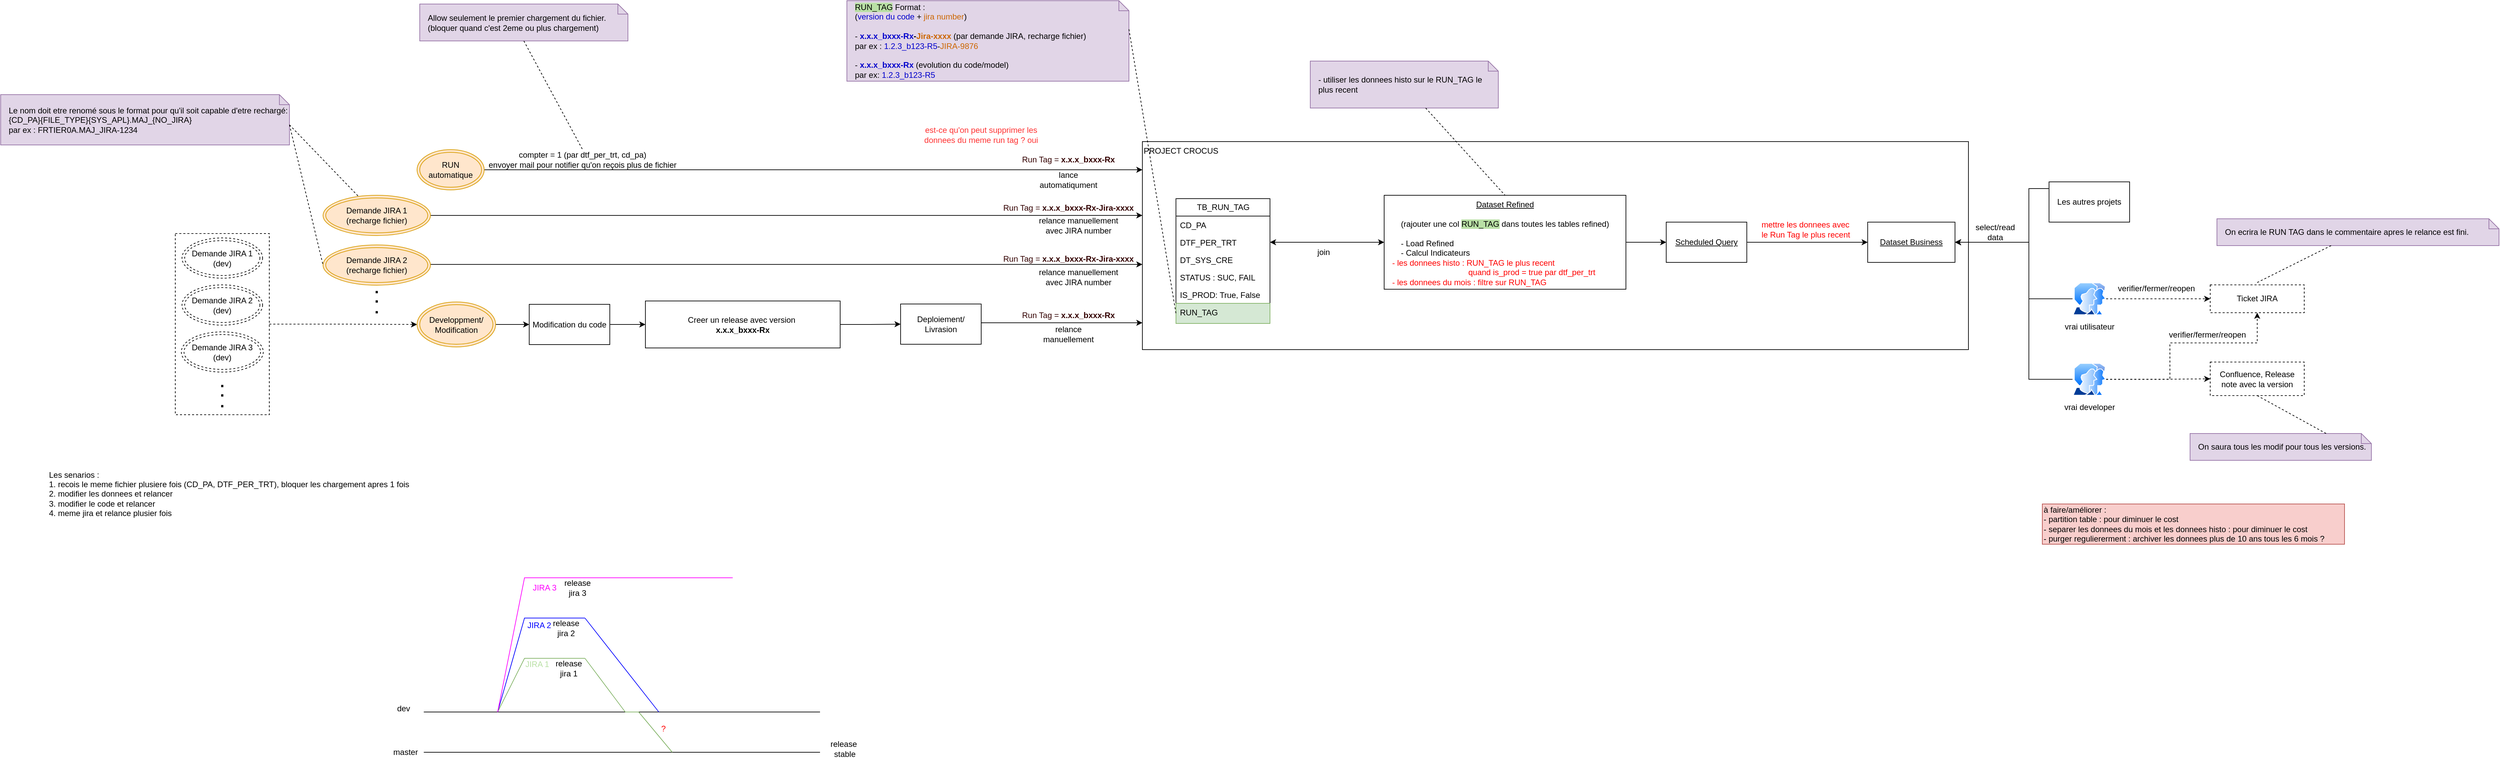
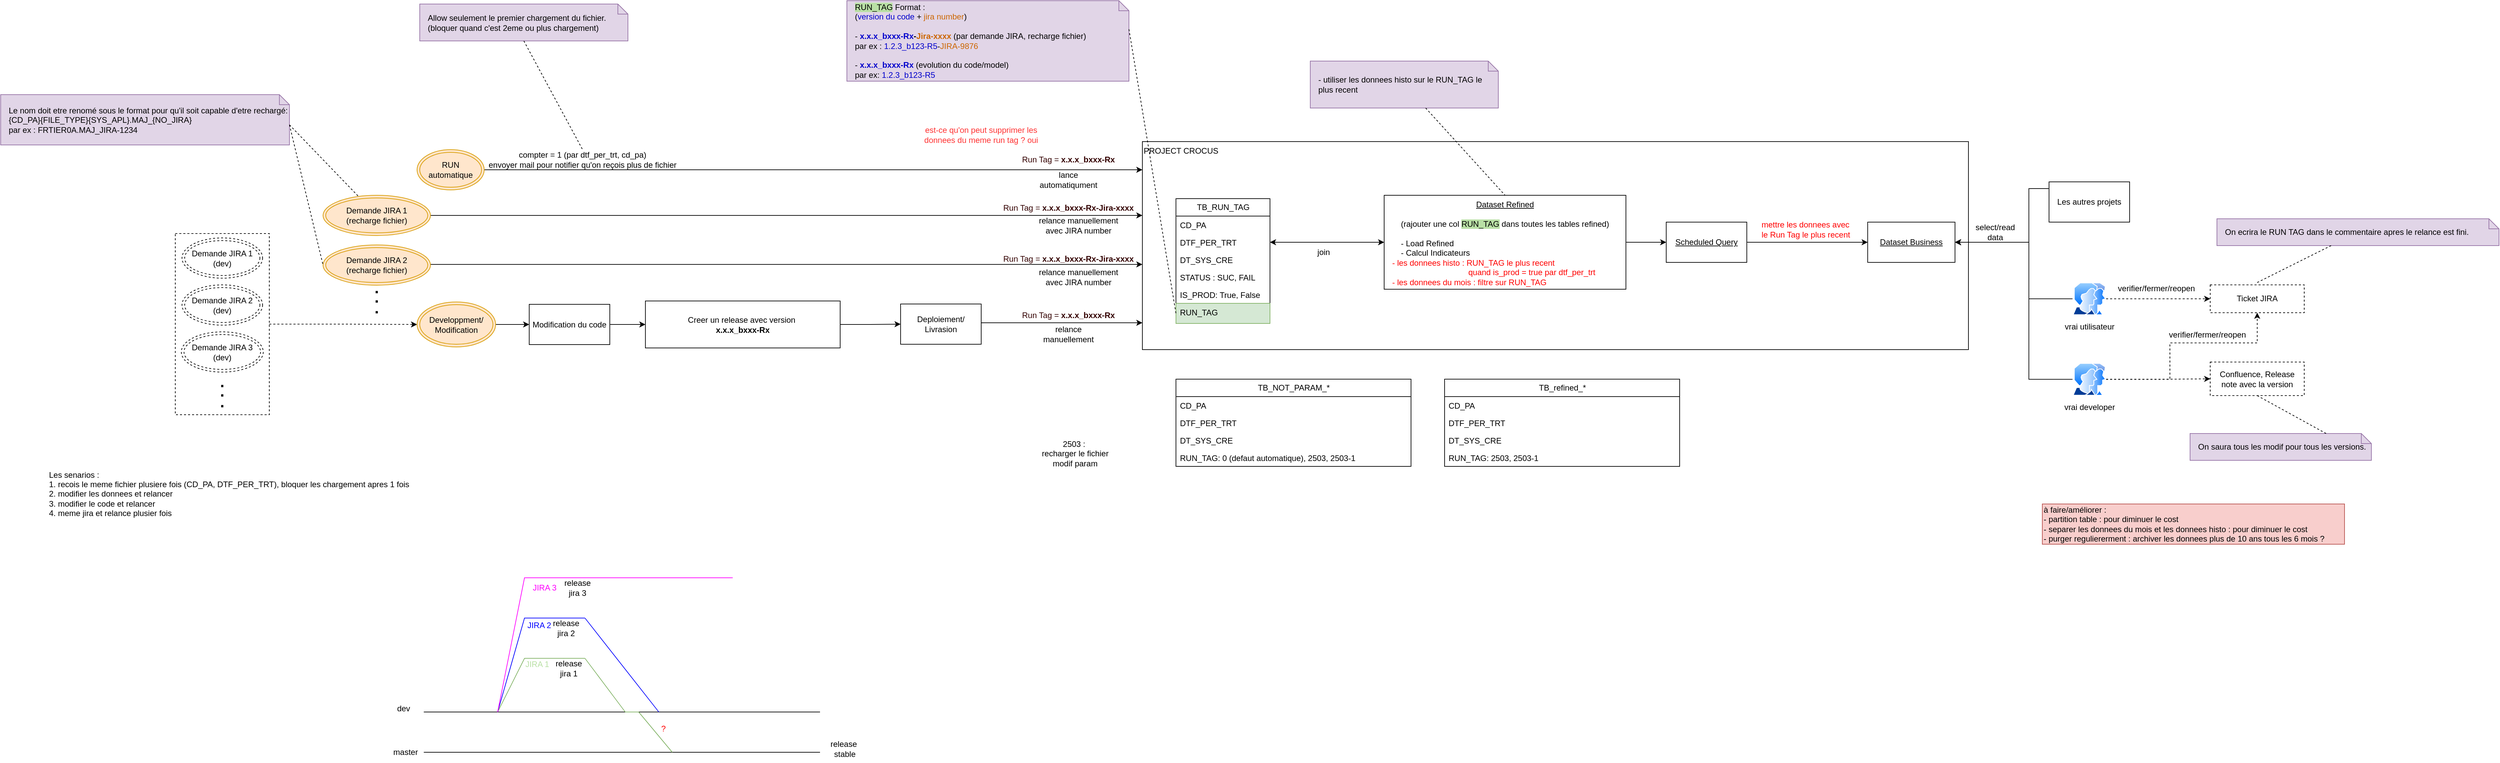
<mxfile host="app.diagrams.net">
  <diagram name="Page-1" id="bEAYSmEDHXBXhFzCy1HB">
-     <mxGraphModel dx="3279" dy="1847" grid="1" gridSize="10" guides="1" tooltips="1" connect="1" arrows="1" fold="1" page="1" pageScale="1" pageWidth="827" pageHeight="1169" math="0" shadow="0">
+     <mxGraphModel dx="2897" dy="1639" grid="1" gridSize="10" guides="1" tooltips="1" connect="1" arrows="1" fold="1" page="1" pageScale="1" pageWidth="827" pageHeight="1169" math="0" shadow="0">
      <root>
        <mxCell id="0" />
        <mxCell id="1" parent="0" />
        <mxCell id="cKu8MT6L8Fp_BZaxLZj7-22" edge="1" parent="1" source="cKu8MT6L8Fp_BZaxLZj7-16" style="edgeStyle=orthogonalEdgeStyle;rounded=0;orthogonalLoop=1;jettySize=auto;html=1;dashed=1;" target="QUzsFoNl6aFI_2ed8XXq-33">
          <mxGeometry relative="1" as="geometry">
            <Array as="points" />
            <mxPoint x="-937.4999999999995" y="382" as="sourcePoint" />
            <mxPoint x="-602.4999999999995" y="365" as="targetPoint" />
          </mxGeometry>
        </mxCell>
        <mxCell id="cKu8MT6L8Fp_BZaxLZj7-16" parent="1" style="rounded=0;whiteSpace=wrap;html=1;dashed=1;" value="" vertex="1">
          <mxGeometry height="270" width="140" x="-1070" y="247" as="geometry" />
        </mxCell>
        <mxCell id="QUzsFoNl6aFI_2ed8XXq-13" parent="1" style="rounded=0;whiteSpace=wrap;html=1;align=left;verticalAlign=top;" value="PROJECT CROCUS" vertex="1">
          <mxGeometry height="310" width="1230" x="370" y="110" as="geometry" />
        </mxCell>
        <mxCell id="QUzsFoNl6aFI_2ed8XXq-1" parent="1" style="swimlane;fontStyle=0;childLayout=stackLayout;horizontal=1;startSize=26;fillColor=none;horizontalStack=0;resizeParent=1;resizeParentMax=0;resizeLast=0;collapsible=1;marginBottom=0;html=1;" value="TB_RUN_TAG" vertex="1">
          <mxGeometry height="186" width="140" x="420" y="195" as="geometry" />
        </mxCell>
        <mxCell id="QUzsFoNl6aFI_2ed8XXq-2" parent="QUzsFoNl6aFI_2ed8XXq-1" style="text;strokeColor=none;fillColor=none;align=left;verticalAlign=top;spacingLeft=4;spacingRight=4;overflow=hidden;rotatable=0;points=[[0,0.5],[1,0.5]];portConstraint=eastwest;whiteSpace=wrap;html=1;" value="CD_PA" vertex="1">
          <mxGeometry height="26" width="140" y="26" as="geometry" />
        </mxCell>
        <mxCell id="QUzsFoNl6aFI_2ed8XXq-3" parent="QUzsFoNl6aFI_2ed8XXq-1" style="text;strokeColor=none;fillColor=none;align=left;verticalAlign=top;spacingLeft=4;spacingRight=4;overflow=hidden;rotatable=0;points=[[0,0.5],[1,0.5]];portConstraint=eastwest;whiteSpace=wrap;html=1;" value="DTF_PER_TRT" vertex="1">
          <mxGeometry height="26" width="140" y="52" as="geometry" />
        </mxCell>
        <mxCell id="QUzsFoNl6aFI_2ed8XXq-4" parent="QUzsFoNl6aFI_2ed8XXq-1" style="text;strokeColor=none;fillColor=none;align=left;verticalAlign=top;spacingLeft=4;spacingRight=4;overflow=hidden;rotatable=0;points=[[0,0.5],[1,0.5]];portConstraint=eastwest;whiteSpace=wrap;html=1;" value="DT_SYS_CRE" vertex="1">
          <mxGeometry height="26" width="140" y="78" as="geometry" />
        </mxCell>
        <mxCell id="QUzsFoNl6aFI_2ed8XXq-105" parent="QUzsFoNl6aFI_2ed8XXq-1" style="text;strokeColor=none;fillColor=none;align=left;verticalAlign=top;spacingLeft=4;spacingRight=4;overflow=hidden;rotatable=0;points=[[0,0.5],[1,0.5]];portConstraint=eastwest;whiteSpace=wrap;html=1;" value="STATUS : SUC, FAIL" vertex="1">
          <mxGeometry height="26" width="140" y="104" as="geometry" />
        </mxCell>
        <mxCell id="DOhsEIRQmGDwiVjTRz9E-7" parent="QUzsFoNl6aFI_2ed8XXq-1" style="text;strokeColor=none;fillColor=none;align=left;verticalAlign=top;spacingLeft=4;spacingRight=4;overflow=hidden;rotatable=0;points=[[0,0.5],[1,0.5]];portConstraint=eastwest;whiteSpace=wrap;html=1;" value="IS_PROD: True, False" vertex="1">
          <mxGeometry height="26" width="140" y="130" as="geometry" />
        </mxCell>
        <mxCell id="QUzsFoNl6aFI_2ed8XXq-5" parent="QUzsFoNl6aFI_2ed8XXq-1" style="text;strokeColor=#82b366;fillColor=#d5e8d4;align=left;verticalAlign=top;spacingLeft=4;spacingRight=4;overflow=hidden;rotatable=0;points=[[0,0.5],[1,0.5]];portConstraint=eastwest;whiteSpace=wrap;html=1;" value="RUN_TAG" vertex="1">
          <mxGeometry height="30" width="140" y="156" as="geometry" />
        </mxCell>
        <mxCell id="QUzsFoNl6aFI_2ed8XXq-7" parent="1" style="shape=note;size=15;align=left;spacingLeft=10;html=1;whiteSpace=wrap;fillColor=#e1d5e7;strokeColor=#9673a6;" value="&lt;span style=&quot;background-color: rgb(185, 224, 165);&quot;&gt;RUN_TAG&lt;/span&gt; Format :&amp;nbsp;&lt;div&gt;(&lt;font style=&quot;color: rgb(0, 0, 204);&quot;&gt;version du code&lt;/font&gt; +&lt;font style=&quot;color: rgb(204, 102, 0);&quot;&gt; &lt;font&gt;jira number&lt;/font&gt;&lt;/font&gt;)&lt;/div&gt;&lt;div&gt;&lt;br&gt;&lt;div&gt;- &lt;b&gt;&lt;font style=&quot;color: rgb(0, 0, 204);&quot;&gt;x.x.x_bxxx-Rx&lt;/font&gt;-&lt;font style=&quot;color: rgb(204, 102, 0);&quot;&gt;Jira-xxxx&lt;/font&gt;&lt;/b&gt; (par demande JIRA, recharge fichier)&amp;nbsp;&lt;/div&gt;&lt;div&gt;par ex : &lt;font style=&quot;color: rgb(0, 0, 204);&quot;&gt;1.2.3_b123-R5&lt;/font&gt;-&lt;font style=&quot;color: rgb(204, 102, 0);&quot;&gt;JIRA-9876&lt;/font&gt;&lt;/div&gt;&lt;div&gt;&lt;br&gt;&lt;/div&gt;&lt;div&gt;-&lt;b&gt; &lt;font style=&quot;color: rgb(0, 0, 204);&quot;&gt;x.x.x_bxxx-Rx&lt;/font&gt;&lt;/b&gt; (evolution du code/model)&lt;/div&gt;&lt;div&gt;&lt;span style=&quot;background-color: transparent; color: light-dark(rgb(0, 0, 0), rgb(255, 255, 255));&quot;&gt;par ex: &lt;/span&gt;&lt;span style=&quot;background-color: transparent;&quot;&gt;&lt;font style=&quot;color: light-dark(rgb(0, 0, 204), rgb(255, 255, 255));&quot;&gt;1.2.3_b123-R5&lt;/font&gt;&lt;/span&gt;&lt;/div&gt;&lt;/div&gt;" vertex="1">
          <mxGeometry height="120" width="420" x="-70" y="-100" as="geometry" />
        </mxCell>
        <mxCell id="QUzsFoNl6aFI_2ed8XXq-8" edge="1" parent="1" source="QUzsFoNl6aFI_2ed8XXq-7" style="edgeStyle=none;endArrow=none;exitX=0;exitY=0;dashed=1;html=1;rounded=0;entryX=0;entryY=0.5;entryDx=0;entryDy=0;exitDx=420;exitDy=42.5;exitPerimeter=0;" target="QUzsFoNl6aFI_2ed8XXq-5" value="">
          <mxGeometry relative="1" x="1" as="geometry">
            <mxPoint x="590" y="660" as="targetPoint" />
          </mxGeometry>
        </mxCell>
        <mxCell id="QUzsFoNl6aFI_2ed8XXq-10" parent="1" style="rounded=0;whiteSpace=wrap;html=1;dashed=1;" value="Confluence, Release note avec la v&lt;span style=&quot;background-color: transparent; color: light-dark(rgb(0, 0, 0), rgb(255, 255, 255));&quot;&gt;ersion&lt;/span&gt;" vertex="1">
          <mxGeometry height="50" width="140" x="1960" y="438.5" as="geometry" />
        </mxCell>
        <mxCell id="QUzsFoNl6aFI_2ed8XXq-11" parent="1" style="rounded=0;whiteSpace=wrap;html=1;dashed=1;" value="Ticket JIRA" vertex="1">
          <mxGeometry height="41.5" width="140" x="1960" y="323.5" as="geometry" />
        </mxCell>
        <mxCell id="QUzsFoNl6aFI_2ed8XXq-42" edge="1" parent="1" source="QUzsFoNl6aFI_2ed8XXq-12" style="edgeStyle=orthogonalEdgeStyle;rounded=0;orthogonalLoop=1;jettySize=auto;html=1;entryX=1;entryY=0.5;entryDx=0;entryDy=0;startArrow=classic;startFill=1;" target="QUzsFoNl6aFI_2ed8XXq-3">
          <mxGeometry relative="1" as="geometry" />
        </mxCell>
        <mxCell id="QUzsFoNl6aFI_2ed8XXq-50" edge="1" parent="1" source="QUzsFoNl6aFI_2ed8XXq-12" style="edgeStyle=orthogonalEdgeStyle;rounded=0;orthogonalLoop=1;jettySize=auto;html=1;" target="QUzsFoNl6aFI_2ed8XXq-46">
          <mxGeometry relative="1" as="geometry">
            <Array as="points" />
          </mxGeometry>
        </mxCell>
        <mxCell id="QUzsFoNl6aFI_2ed8XXq-12" parent="1" style="rounded=0;whiteSpace=wrap;html=1;verticalAlign=top;" value="&lt;u&gt;Dataset Refined&lt;/u&gt;&lt;div&gt;&lt;u&gt;&lt;br&gt;&lt;/u&gt;&lt;div&gt;(rajouter une col &lt;span style=&quot;background-color: rgb(185, 224, 165);&quot;&gt;RUN_TAG&lt;/span&gt;&lt;span&gt; &lt;/span&gt;dans toutes les tables refined)&lt;/div&gt;&lt;div&gt;&lt;br&gt;&lt;/div&gt;&lt;div style=&quot;text-align: left;&quot;&gt;- Load Refined&amp;nbsp; &amp;nbsp; &amp;nbsp; &amp;nbsp;&lt;/div&gt;&lt;div style=&quot;text-align: left;&quot;&gt;- Calcul Indicateurs&lt;/div&gt;&lt;/div&gt;" vertex="1">
          <mxGeometry height="140" width="360" x="730" y="190" as="geometry" />
        </mxCell>
        <mxCell id="QUzsFoNl6aFI_2ed8XXq-27" edge="1" parent="1" source="QUzsFoNl6aFI_2ed8XXq-33" style="edgeStyle=orthogonalEdgeStyle;rounded=0;orthogonalLoop=1;jettySize=auto;html=1;entryX=0;entryY=0.5;entryDx=0;entryDy=0;" target="QUzsFoNl6aFI_2ed8XXq-23">
          <mxGeometry relative="1" as="geometry">
            <mxPoint x="-740" y="198" as="sourcePoint" />
          </mxGeometry>
        </mxCell>
        <mxCell id="QUzsFoNl6aFI_2ed8XXq-19" parent="1" style="text;html=1;whiteSpace=wrap;strokeColor=none;fillColor=none;align=center;verticalAlign=middle;rounded=0;fontColor=#330000;" value="&lt;font style=&quot;&quot;&gt;Run Tag =&amp;nbsp;&lt;/font&gt;&lt;b style=&quot;text-align: left;&quot;&gt;x.x.x_bxxx-Rx-Jira-xxxx&lt;/b&gt;" vertex="1">
          <mxGeometry height="30" width="200" x="160" y="269.5" as="geometry" />
        </mxCell>
        <mxCell id="cKu8MT6L8Fp_BZaxLZj7-37" edge="1" parent="1" source="QUzsFoNl6aFI_2ed8XXq-23" style="edgeStyle=orthogonalEdgeStyle;rounded=0;orthogonalLoop=1;jettySize=auto;html=1;" target="QUzsFoNl6aFI_2ed8XXq-25">
          <mxGeometry relative="1" as="geometry" />
        </mxCell>
        <mxCell id="QUzsFoNl6aFI_2ed8XXq-23" parent="1" style="rounded=0;whiteSpace=wrap;html=1;" value="Modification du code" vertex="1">
          <mxGeometry height="60" width="120" x="-543" y="352.5" as="geometry" />
        </mxCell>
        <mxCell id="QUzsFoNl6aFI_2ed8XXq-31" edge="1" parent="1" source="QUzsFoNl6aFI_2ed8XXq-24" style="edgeStyle=orthogonalEdgeStyle;rounded=0;orthogonalLoop=1;jettySize=auto;html=1;" target="QUzsFoNl6aFI_2ed8XXq-13">
          <mxGeometry relative="1" as="geometry">
            <Array as="points">
              <mxPoint x="180" y="380" />
              <mxPoint x="180" y="380" />
            </Array>
            <mxPoint x="380" y="373" as="targetPoint" />
          </mxGeometry>
        </mxCell>
        <mxCell id="QUzsFoNl6aFI_2ed8XXq-24" parent="1" style="rounded=0;whiteSpace=wrap;html=1;" value="Deploiement/ Livrasion" vertex="1">
          <mxGeometry height="60" width="120" x="10" y="352" as="geometry" />
        </mxCell>
        <mxCell id="cKu8MT6L8Fp_BZaxLZj7-38" edge="1" parent="1" source="QUzsFoNl6aFI_2ed8XXq-25" style="edgeStyle=orthogonalEdgeStyle;rounded=0;orthogonalLoop=1;jettySize=auto;html=1;" target="QUzsFoNl6aFI_2ed8XXq-24">
          <mxGeometry relative="1" as="geometry" />
        </mxCell>
        <mxCell id="QUzsFoNl6aFI_2ed8XXq-25" parent="1" style="rounded=0;whiteSpace=wrap;html=1;" value="Creer un release avec version&amp;nbsp;&lt;div&gt;&lt;span style=&quot;text-align: left;&quot;&gt;&lt;b&gt;x.x.x_bxxx-Rx&lt;/b&gt;&lt;/span&gt;&lt;/div&gt;" vertex="1">
          <mxGeometry height="70" width="290" x="-370" y="347.5" as="geometry" />
        </mxCell>
        <mxCell id="QUzsFoNl6aFI_2ed8XXq-33" parent="1" style="ellipse;shape=doubleEllipse;whiteSpace=wrap;html=1;fillColor=#ffe6cc;strokeColor=#d79b00;" value="Developpment/&lt;div&gt;Modification&lt;/div&gt;" vertex="1">
          <mxGeometry height="67" width="117" x="-710" y="349" as="geometry" />
        </mxCell>
        <mxCell id="cKu8MT6L8Fp_BZaxLZj7-5" edge="1" parent="1" style="edgeStyle=orthogonalEdgeStyle;rounded=0;orthogonalLoop=1;jettySize=auto;html=1;">
          <mxGeometry relative="1" as="geometry">
            <Array as="points">
              <mxPoint x="110" y="293" />
              <mxPoint x="110" y="293" />
            </Array>
            <mxPoint x="-690.0000000000005" y="293" as="sourcePoint" />
            <mxPoint x="370" y="293" as="targetPoint" />
          </mxGeometry>
        </mxCell>
        <mxCell id="QUzsFoNl6aFI_2ed8XXq-34" parent="1" style="ellipse;shape=doubleEllipse;whiteSpace=wrap;html=1;fillColor=#ffe6cc;strokeColor=#d79b00;" value="Demande JIRA 2&lt;div&gt;(recharge fichier)&lt;/div&gt;" vertex="1">
          <mxGeometry height="60" width="160" x="-850" y="264" as="geometry" />
        </mxCell>
        <mxCell id="QUzsFoNl6aFI_2ed8XXq-36" edge="1" parent="1" source="QUzsFoNl6aFI_2ed8XXq-35" style="edgeStyle=orthogonalEdgeStyle;rounded=0;orthogonalLoop=1;jettySize=auto;html=1;" target="QUzsFoNl6aFI_2ed8XXq-13">
          <mxGeometry relative="1" as="geometry">
            <Array as="points">
              <mxPoint x="140" y="152" />
              <mxPoint x="140" y="152" />
            </Array>
            <mxPoint x="380" y="152.0588235294117" as="targetPoint" />
          </mxGeometry>
        </mxCell>
        <mxCell id="QUzsFoNl6aFI_2ed8XXq-35" parent="1" style="ellipse;shape=doubleEllipse;whiteSpace=wrap;html=1;fillColor=#ffe6cc;strokeColor=#d79b00;" value="RUN automatique" vertex="1">
          <mxGeometry height="60" width="100" x="-710" y="122" as="geometry" />
        </mxCell>
        <mxCell id="QUzsFoNl6aFI_2ed8XXq-40" parent="1" style="shape=note;size=15;align=left;spacingLeft=10;html=1;whiteSpace=wrap;fillColor=#e1d5e7;strokeColor=#9673a6;" value="&lt;div&gt;- utiliser les donnees histo sur le RUN_TAG le plus recent&lt;/div&gt;" vertex="1">
          <mxGeometry height="70" width="280" x="620" y="-10" as="geometry" />
        </mxCell>
        <mxCell id="QUzsFoNl6aFI_2ed8XXq-41" edge="1" parent="1" source="QUzsFoNl6aFI_2ed8XXq-40" style="edgeStyle=none;endArrow=none;dashed=1;html=1;rounded=0;entryX=0.5;entryY=0;entryDx=0;entryDy=0;" target="QUzsFoNl6aFI_2ed8XXq-12" value="">
          <mxGeometry relative="1" x="1" as="geometry">
            <mxPoint x="720" y="650" as="sourcePoint" />
            <mxPoint x="772" y="500" as="targetPoint" />
          </mxGeometry>
        </mxCell>
        <mxCell id="QUzsFoNl6aFI_2ed8XXq-43" parent="1" style="text;html=1;whiteSpace=wrap;strokeColor=none;fillColor=none;align=left;verticalAlign=middle;rounded=0;" value="&lt;font style=&quot;color: rgb(255, 0, 0);&quot;&gt;- les donnees histo : RUN_TAG le plus recent&amp;nbsp;&lt;/font&gt;&lt;div&gt;&lt;font style=&quot;color: rgb(255, 0, 0);&quot;&gt;&amp;nbsp; &amp;nbsp; &amp;nbsp; &amp;nbsp; &amp;nbsp; &amp;nbsp; &amp;nbsp; &amp;nbsp; &amp;nbsp; &amp;nbsp; &amp;nbsp; &amp;nbsp; &amp;nbsp; &amp;nbsp; &amp;nbsp; &amp;nbsp; &amp;nbsp; quand is_prod = true par dtf_per_trt&lt;/font&gt;&lt;div&gt;&lt;font style=&quot;color: rgb(255, 0, 0);&quot;&gt;- les donnees du mois : f&lt;/font&gt;&lt;span style=&quot;color: light-dark(rgb(255, 0, 0), rgb(255, 144, 144)); background-color: transparent;&quot;&gt;iltre sur RUN_TAG&lt;/span&gt;&lt;/div&gt;&lt;/div&gt;" vertex="1">
          <mxGeometry height="30" width="370" x="740" y="290" as="geometry" />
        </mxCell>
        <mxCell id="QUzsFoNl6aFI_2ed8XXq-45" parent="1" style="rounded=0;whiteSpace=wrap;html=1;" value="&lt;u&gt;Dataset Business&lt;/u&gt;" vertex="1">
          <mxGeometry height="60" width="130" x="1450" y="230" as="geometry" />
        </mxCell>
        <mxCell id="QUzsFoNl6aFI_2ed8XXq-48" edge="1" parent="1" source="QUzsFoNl6aFI_2ed8XXq-46" style="edgeStyle=orthogonalEdgeStyle;rounded=0;orthogonalLoop=1;jettySize=auto;html=1;" target="QUzsFoNl6aFI_2ed8XXq-45">
          <mxGeometry relative="1" as="geometry" />
        </mxCell>
        <mxCell id="QUzsFoNl6aFI_2ed8XXq-46" parent="1" style="rounded=0;whiteSpace=wrap;html=1;" value="&lt;u&gt;Scheduled Query&lt;/u&gt;" vertex="1">
          <mxGeometry height="60" width="120" x="1150" y="230" as="geometry" />
        </mxCell>
        <mxCell id="QUzsFoNl6aFI_2ed8XXq-51" parent="1" style="text;html=1;whiteSpace=wrap;strokeColor=none;fillColor=none;align=left;verticalAlign=middle;rounded=0;fontColor=#FF0000;" value="mettre les donnees avec le Run Tag le plus recent" vertex="1">
          <mxGeometry height="30" width="140" x="1290" y="226" as="geometry" />
        </mxCell>
        <mxCell id="QUzsFoNl6aFI_2ed8XXq-59" edge="1" parent="1" source="QUzsFoNl6aFI_2ed8XXq-52" style="edgeStyle=orthogonalEdgeStyle;rounded=0;orthogonalLoop=1;jettySize=auto;html=1;entryX=1;entryY=0.5;entryDx=0;entryDy=0;" target="QUzsFoNl6aFI_2ed8XXq-45">
          <mxGeometry relative="1" as="geometry">
            <Array as="points">
              <mxPoint x="1690" y="180" />
              <mxPoint x="1690" y="260" />
            </Array>
          </mxGeometry>
        </mxCell>
        <mxCell id="QUzsFoNl6aFI_2ed8XXq-52" parent="1" style="rounded=0;whiteSpace=wrap;html=1;" value="Les autres projets" vertex="1">
          <mxGeometry height="60" width="120" x="1720" y="170" as="geometry" />
        </mxCell>
        <mxCell id="QUzsFoNl6aFI_2ed8XXq-58" edge="1" parent="1" source="QUzsFoNl6aFI_2ed8XXq-57" style="edgeStyle=orthogonalEdgeStyle;rounded=0;orthogonalLoop=1;jettySize=auto;html=1;entryX=1;entryY=0.5;entryDx=0;entryDy=0;" target="QUzsFoNl6aFI_2ed8XXq-45">
          <mxGeometry relative="1" as="geometry">
            <Array as="points">
              <mxPoint x="1690" y="344" />
              <mxPoint x="1690" y="260" />
            </Array>
          </mxGeometry>
        </mxCell>
        <mxCell id="QUzsFoNl6aFI_2ed8XXq-65" edge="1" parent="1" source="QUzsFoNl6aFI_2ed8XXq-57" style="edgeStyle=orthogonalEdgeStyle;rounded=0;orthogonalLoop=1;jettySize=auto;html=1;dashed=1;" target="QUzsFoNl6aFI_2ed8XXq-11">
          <mxGeometry relative="1" as="geometry" />
        </mxCell>
        <mxCell id="QUzsFoNl6aFI_2ed8XXq-57" parent="1" style="image;aspect=fixed;perimeter=ellipsePerimeter;html=1;align=center;shadow=0;dashed=0;spacingTop=3;image=img/lib/active_directory/user_accounts.svg;" value="vrai utilisateur" vertex="1">
          <mxGeometry height="48.5" width="50" x="1755" y="320" as="geometry" />
        </mxCell>
        <mxCell id="QUzsFoNl6aFI_2ed8XXq-60" parent="1" style="text;html=1;whiteSpace=wrap;strokeColor=none;fillColor=none;align=center;verticalAlign=middle;rounded=0;" value="select/read data" vertex="1">
          <mxGeometry height="30" width="60" x="1610" y="230" as="geometry" />
        </mxCell>
        <mxCell id="QUzsFoNl6aFI_2ed8XXq-63" edge="1" parent="1" source="QUzsFoNl6aFI_2ed8XXq-62" style="edgeStyle=orthogonalEdgeStyle;rounded=0;orthogonalLoop=1;jettySize=auto;html=1;entryX=1;entryY=0.5;entryDx=0;entryDy=0;" target="QUzsFoNl6aFI_2ed8XXq-45">
          <mxGeometry relative="1" as="geometry">
            <Array as="points">
              <mxPoint x="1690" y="464" />
              <mxPoint x="1690" y="260" />
            </Array>
          </mxGeometry>
        </mxCell>
        <mxCell id="QUzsFoNl6aFI_2ed8XXq-66" edge="1" parent="1" source="QUzsFoNl6aFI_2ed8XXq-62" style="edgeStyle=orthogonalEdgeStyle;rounded=0;orthogonalLoop=1;jettySize=auto;html=1;dashed=1;" target="QUzsFoNl6aFI_2ed8XXq-10">
          <mxGeometry relative="1" as="geometry" />
        </mxCell>
        <mxCell id="QUzsFoNl6aFI_2ed8XXq-68" edge="1" parent="1" source="QUzsFoNl6aFI_2ed8XXq-62" style="edgeStyle=orthogonalEdgeStyle;rounded=0;orthogonalLoop=1;jettySize=auto;html=1;entryX=0.5;entryY=1;entryDx=0;entryDy=0;dashed=1;" target="QUzsFoNl6aFI_2ed8XXq-11">
          <mxGeometry relative="1" as="geometry">
            <Array as="points">
              <mxPoint x="1900" y="464" />
              <mxPoint x="1900" y="410" />
              <mxPoint x="2030" y="410" />
            </Array>
          </mxGeometry>
        </mxCell>
        <mxCell id="QUzsFoNl6aFI_2ed8XXq-62" parent="1" style="image;aspect=fixed;perimeter=ellipsePerimeter;html=1;align=center;shadow=0;dashed=0;spacingTop=3;image=img/lib/active_directory/user_accounts.svg;" value="vrai developer" vertex="1">
          <mxGeometry height="48.5" width="50" x="1755" y="440" as="geometry" />
        </mxCell>
        <mxCell id="QUzsFoNl6aFI_2ed8XXq-69" parent="1" style="shape=note;size=15;align=left;spacingLeft=10;html=1;whiteSpace=wrap;fillColor=#e1d5e7;strokeColor=#9673a6;" value="On ecrira le RUN TAG dans le commentaire apres le relance est fini." vertex="1">
          <mxGeometry height="40" width="420" x="1970" y="225" as="geometry" />
        </mxCell>
        <mxCell id="QUzsFoNl6aFI_2ed8XXq-70" edge="1" parent="1" source="QUzsFoNl6aFI_2ed8XXq-69" style="edgeStyle=none;endArrow=none;dashed=1;html=1;rounded=0;" value="">
          <mxGeometry relative="1" x="1" as="geometry">
            <mxPoint x="970" y="210" as="sourcePoint" />
            <mxPoint x="2030" y="320" as="targetPoint" />
          </mxGeometry>
        </mxCell>
        <mxCell id="QUzsFoNl6aFI_2ed8XXq-71" parent="1" style="shape=note;size=15;align=left;spacingLeft=10;html=1;whiteSpace=wrap;fillColor=#e1d5e7;strokeColor=#9673a6;" value="On saura tous les modif pour tous les versions." vertex="1">
          <mxGeometry height="40" width="270" x="1930" y="545" as="geometry" />
        </mxCell>
        <mxCell id="QUzsFoNl6aFI_2ed8XXq-72" edge="1" parent="1" source="QUzsFoNl6aFI_2ed8XXq-71" style="edgeStyle=none;endArrow=none;dashed=1;html=1;rounded=0;entryX=0.5;entryY=1;entryDx=0;entryDy=0;exitX=0;exitY=0;exitDx=202.5;exitDy=0;exitPerimeter=0;" target="QUzsFoNl6aFI_2ed8XXq-10" value="">
          <mxGeometry relative="1" x="1" as="geometry">
            <mxPoint x="2180" y="470" as="sourcePoint" />
            <mxPoint x="2070" y="525" as="targetPoint" />
          </mxGeometry>
        </mxCell>
        <mxCell id="QUzsFoNl6aFI_2ed8XXq-74" parent="1" style="rounded=0;whiteSpace=wrap;html=1;align=left;fillColor=#f8cecc;strokeColor=#b85450;" value="à faire/améliorer :&lt;div&gt;- partition table : pour diminuer le cost&lt;/div&gt;&lt;div&gt;- separer les donnees du mois et les donnees histo&amp;nbsp;&lt;span style=&quot;background-color: transparent; color: light-dark(rgb(0, 0, 0), rgb(255, 255, 255));&quot;&gt;: pour diminuer le cost&lt;/span&gt;&lt;/div&gt;&lt;div&gt;&lt;span style=&quot;background-color: transparent; color: light-dark(rgb(0, 0, 0), rgb(255, 255, 255));&quot;&gt;- purger reguliererment : archiver les donnees plus de 10 ans tous les 6 mois ?&lt;/span&gt;&lt;/div&gt;" vertex="1">
          <mxGeometry height="60" width="450" x="1710" y="650" as="geometry" />
        </mxCell>
        <mxCell id="QUzsFoNl6aFI_2ed8XXq-76" parent="1" style="text;html=1;whiteSpace=wrap;strokeColor=none;fillColor=none;align=center;verticalAlign=middle;rounded=0;" value="join" vertex="1">
          <mxGeometry height="30" width="60" x="610" y="260" as="geometry" />
        </mxCell>
        <mxCell id="QUzsFoNl6aFI_2ed8XXq-81" edge="1" parent="1" style="endArrow=none;html=1;rounded=0;" value="">
          <mxGeometry height="50" relative="1" width="50" as="geometry">
            <mxPoint x="-700" y="960" as="sourcePoint" />
            <mxPoint x="-110" y="960" as="targetPoint" />
          </mxGeometry>
        </mxCell>
        <mxCell id="QUzsFoNl6aFI_2ed8XXq-83" edge="1" parent="1" style="endArrow=none;html=1;rounded=0;fillColor=#d5e8d4;strokeColor=#82b366;" value="">
          <mxGeometry height="50" relative="1" width="50" as="geometry">
            <Array as="points">
              <mxPoint x="-550" y="880" />
            </Array>
            <mxPoint x="-590" y="960" as="sourcePoint" />
            <mxPoint x="-460" y="880" as="targetPoint" />
          </mxGeometry>
        </mxCell>
        <mxCell id="QUzsFoNl6aFI_2ed8XXq-84" parent="1" style="text;html=1;whiteSpace=wrap;strokeColor=none;fillColor=none;align=center;verticalAlign=middle;rounded=0;" value="dev" vertex="1">
          <mxGeometry height="30" width="60" x="-760" y="940" as="geometry" />
        </mxCell>
        <mxCell id="QUzsFoNl6aFI_2ed8XXq-85" edge="1" parent="1" style="endArrow=none;html=1;rounded=0;strokeColor=#0000FF;" value="">
          <mxGeometry height="50" relative="1" width="50" as="geometry">
            <Array as="points">
              <mxPoint x="-550" y="820" />
            </Array>
            <mxPoint x="-590" y="960" as="sourcePoint" />
            <mxPoint x="-460" y="820" as="targetPoint" />
          </mxGeometry>
        </mxCell>
        <mxCell id="QUzsFoNl6aFI_2ed8XXq-86" edge="1" parent="1" style="endArrow=none;html=1;rounded=0;strokeColor=#FF00FF;" value="">
          <mxGeometry height="50" relative="1" width="50" as="geometry">
            <Array as="points">
              <mxPoint x="-550" y="760" />
            </Array>
            <mxPoint x="-590" y="960" as="sourcePoint" />
            <mxPoint x="-240" y="760" as="targetPoint" />
          </mxGeometry>
        </mxCell>
        <mxCell id="QUzsFoNl6aFI_2ed8XXq-87" parent="1" style="text;html=1;whiteSpace=wrap;strokeColor=none;fillColor=none;align=center;verticalAlign=middle;rounded=0;fontColor=#B9E0A5;" value="JIRA 1" vertex="1">
          <mxGeometry height="30" width="60" x="-561" y="874" as="geometry" />
        </mxCell>
        <mxCell id="QUzsFoNl6aFI_2ed8XXq-88" parent="1" style="text;html=1;whiteSpace=wrap;strokeColor=none;fillColor=none;align=center;verticalAlign=middle;rounded=0;fontColor=#0000FF;" value="JIRA 2" vertex="1">
          <mxGeometry height="30" width="60" x="-558" y="816" as="geometry" />
        </mxCell>
        <mxCell id="QUzsFoNl6aFI_2ed8XXq-89" parent="1" style="text;html=1;whiteSpace=wrap;strokeColor=none;fillColor=none;align=center;verticalAlign=middle;rounded=0;fontColor=#FF00FF;" value="JIRA 3" vertex="1">
          <mxGeometry height="30" width="60" x="-550" y="760" as="geometry" />
        </mxCell>
        <mxCell id="QUzsFoNl6aFI_2ed8XXq-90" edge="1" parent="1" style="endArrow=none;html=1;rounded=0;" value="">
          <mxGeometry height="50" relative="1" width="50" as="geometry">
            <mxPoint x="-700" y="1020" as="sourcePoint" />
            <mxPoint x="-110" y="1020" as="targetPoint" />
          </mxGeometry>
        </mxCell>
        <mxCell id="QUzsFoNl6aFI_2ed8XXq-91" parent="1" style="text;html=1;whiteSpace=wrap;strokeColor=none;fillColor=none;align=center;verticalAlign=middle;rounded=0;" value="master" vertex="1">
          <mxGeometry height="30" width="60" x="-757" y="1005" as="geometry" />
        </mxCell>
        <mxCell id="QUzsFoNl6aFI_2ed8XXq-92" edge="1" parent="1" style="endArrow=none;html=1;rounded=0;fillColor=#d5e8d4;strokeColor=#82b366;" value="">
          <mxGeometry height="50" relative="1" width="50" as="geometry">
            <mxPoint x="-460" y="880" as="sourcePoint" />
            <mxPoint x="-400" y="960" as="targetPoint" />
          </mxGeometry>
        </mxCell>
        <mxCell id="QUzsFoNl6aFI_2ed8XXq-94" edge="1" parent="1" style="endArrow=none;html=1;rounded=0;strokeColor=#0000FF;" value="">
          <mxGeometry height="50" relative="1" width="50" as="geometry">
            <mxPoint x="-460" y="820" as="sourcePoint" />
            <mxPoint x="-350" y="960" as="targetPoint" />
          </mxGeometry>
        </mxCell>
        <mxCell id="QUzsFoNl6aFI_2ed8XXq-95" edge="1" parent="1" style="endArrow=none;html=1;rounded=0;fillColor=#d5e8d4;strokeColor=#82b366;" value="">
          <mxGeometry height="50" relative="1" width="50" as="geometry">
            <mxPoint x="-380" y="960" as="sourcePoint" />
            <mxPoint x="-330" y="1020" as="targetPoint" />
          </mxGeometry>
        </mxCell>
        <mxCell id="QUzsFoNl6aFI_2ed8XXq-96" edge="1" parent="1" style="endArrow=none;html=1;rounded=0;fillColor=#d5e8d4;strokeColor=#82b366;" value="">
          <mxGeometry height="50" relative="1" width="50" as="geometry">
            <mxPoint x="-400" y="960" as="sourcePoint" />
            <mxPoint x="-380" y="960" as="targetPoint" />
          </mxGeometry>
        </mxCell>
        <mxCell id="QUzsFoNl6aFI_2ed8XXq-98" parent="1" style="text;html=1;whiteSpace=wrap;strokeColor=none;fillColor=none;align=center;verticalAlign=middle;rounded=0;" value="release jira 2" vertex="1">
          <mxGeometry height="30" width="60" x="-518" y="820" as="geometry" />
        </mxCell>
        <mxCell id="QUzsFoNl6aFI_2ed8XXq-99" parent="1" style="text;html=1;whiteSpace=wrap;strokeColor=none;fillColor=none;align=center;verticalAlign=middle;rounded=0;" value="release jira 1" vertex="1">
          <mxGeometry height="30" width="60" x="-514" y="880" as="geometry" />
        </mxCell>
        <mxCell id="QUzsFoNl6aFI_2ed8XXq-100" parent="1" style="text;html=1;whiteSpace=wrap;strokeColor=none;fillColor=none;align=center;verticalAlign=middle;rounded=0;" value="release jira 3" vertex="1">
          <mxGeometry height="30" width="60" x="-501" y="760" as="geometry" />
        </mxCell>
        <mxCell id="QUzsFoNl6aFI_2ed8XXq-101" parent="1" style="text;html=1;whiteSpace=wrap;strokeColor=none;fillColor=none;align=center;verticalAlign=middle;rounded=0;" value="release&amp;nbsp; stable" vertex="1">
          <mxGeometry height="30" width="60" x="-103" y="1000" as="geometry" />
        </mxCell>
        <mxCell id="QUzsFoNl6aFI_2ed8XXq-103" parent="1" style="text;html=1;whiteSpace=wrap;strokeColor=none;fillColor=none;align=center;verticalAlign=middle;rounded=0;fontColor=#FF0000;" value="?" vertex="1">
          <mxGeometry height="30" width="60" x="-373" y="970" as="geometry" />
        </mxCell>
        <mxCell id="QUzsFoNl6aFI_2ed8XXq-104" parent="1" style="text;html=1;whiteSpace=wrap;strokeColor=none;fillColor=none;align=center;verticalAlign=middle;rounded=0;" value="compter = 1 (par dtf_per_trt, cd_pa)&lt;div&gt;envoyer mail pour notifier qu&#39;on reçois plus de fichier&lt;/div&gt;" vertex="1">
          <mxGeometry height="30" width="293" x="-610" y="122" as="geometry" />
        </mxCell>
        <mxCell id="QUzsFoNl6aFI_2ed8XXq-106" parent="1" style="text;html=1;whiteSpace=wrap;strokeColor=none;fillColor=none;align=left;verticalAlign=middle;rounded=0;" value="&lt;div&gt;Les senarios :&lt;/div&gt;1. recois le meme fichier plusiere fois (CD_PA, DTF_PER_TRT), bloquer les chargement apres 1 fois&lt;div&gt;2. modifier les donnees et relancer&lt;/div&gt;&lt;div&gt;3. modifier le code et relancer&lt;/div&gt;&lt;div&gt;4.&amp;nbsp;&lt;span style=&quot;text-align: center; background-color: transparent; color: light-dark(rgb(0, 0, 0), rgb(255, 255, 255));&quot;&gt;meme jira et relance plusier fois&lt;/span&gt;&lt;/div&gt;" vertex="1">
          <mxGeometry height="30" width="600" x="-1260" y="620" as="geometry" />
        </mxCell>
        <mxCell id="cKu8MT6L8Fp_BZaxLZj7-1" parent="1" style="shape=note;size=15;align=left;spacingLeft=10;html=1;whiteSpace=wrap;fillColor=#e1d5e7;strokeColor=#9673a6;labelBackgroundColor=none;" value="&lt;span style=&quot;&quot;&gt;Allow seulement le premier chargement du fichier.&lt;br&gt;(bloquer quand c&#39;est 2eme ou plus chargement)&lt;/span&gt;" vertex="1">
          <mxGeometry height="55" width="310" x="-706" y="-95" as="geometry" />
        </mxCell>
        <mxCell id="cKu8MT6L8Fp_BZaxLZj7-2" edge="1" parent="1" source="cKu8MT6L8Fp_BZaxLZj7-1" style="edgeStyle=none;endArrow=none;exitX=0.5;exitY=1;dashed=1;html=1;rounded=0;entryX=0.5;entryY=0;entryDx=0;entryDy=0;exitDx=0;exitDy=0;exitPerimeter=0;" target="QUzsFoNl6aFI_2ed8XXq-104" value="">
          <mxGeometry relative="1" x="1" as="geometry">
            <mxPoint x="590" y="300" as="sourcePoint" />
            <mxPoint x="680" y="507" as="targetPoint" />
          </mxGeometry>
        </mxCell>
        <mxCell id="cKu8MT6L8Fp_BZaxLZj7-3" parent="1" style="ellipse;shape=doubleEllipse;whiteSpace=wrap;html=1;dashed=1;" value="Demande JIRA 1&lt;div&gt;(dev)&lt;/div&gt;" vertex="1">
          <mxGeometry height="60" width="120" x="-1060" y="253.5" as="geometry" />
        </mxCell>
        <mxCell id="cKu8MT6L8Fp_BZaxLZj7-7" parent="1" style="text;html=1;whiteSpace=wrap;strokeColor=none;fillColor=none;align=center;verticalAlign=middle;rounded=0;fontColor=#330000;" value="&lt;font style=&quot;&quot;&gt;Run Tag =&amp;nbsp;&lt;b style=&quot;text-align: left;&quot;&gt;x.x.x_bxxx-Rx&lt;/b&gt;&lt;/font&gt;" vertex="1">
          <mxGeometry height="30" width="200" x="160" y="122" as="geometry" />
        </mxCell>
        <mxCell id="cKu8MT6L8Fp_BZaxLZj7-11" parent="1" style="shape=note;size=15;align=left;spacingLeft=10;html=1;whiteSpace=wrap;fillColor=#e1d5e7;strokeColor=#9673a6;labelBackgroundColor=none;" value="&lt;span style=&quot;&quot;&gt;Le nom doit etre renomé sous le format pour qu&#39;il soit capable d&#39;etre rechargé:&lt;br&gt;{CD_PA}{FILE_TYPE}{SYS_APL}.MAJ_{NO_JIRA}&lt;/span&gt;&lt;div&gt;&lt;span style=&quot;&quot;&gt;par ex : FRTIER0A.MAJ_JIRA-1234&lt;/span&gt;&lt;/div&gt;" vertex="1">
          <mxGeometry height="75" width="430" x="-1330" y="40" as="geometry" />
        </mxCell>
        <mxCell id="cKu8MT6L8Fp_BZaxLZj7-14" parent="1" style="ellipse;shape=doubleEllipse;whiteSpace=wrap;html=1;dashed=1;" value="Demande JIRA 2&lt;div&gt;(dev)&lt;/div&gt;" vertex="1">
          <mxGeometry height="60" width="120" x="-1060" y="323.5" as="geometry" />
        </mxCell>
        <mxCell id="cKu8MT6L8Fp_BZaxLZj7-15" parent="1" style="ellipse;shape=doubleEllipse;whiteSpace=wrap;html=1;dashed=1;" value="Demande JIRA 3&lt;div&gt;(dev)&lt;/div&gt;" vertex="1">
          <mxGeometry height="60" width="122" x="-1061" y="393.5" as="geometry" />
        </mxCell>
        <mxCell id="cKu8MT6L8Fp_BZaxLZj7-19" parent="1" style="text;html=1;whiteSpace=wrap;strokeColor=none;fillColor=none;align=center;verticalAlign=middle;rounded=0;fontSize=23;fontStyle=1" value="." vertex="1">
          <mxGeometry height="30" width="60" x="-1030" y="453.25" as="geometry" />
        </mxCell>
        <mxCell id="cKu8MT6L8Fp_BZaxLZj7-20" parent="1" style="text;html=1;whiteSpace=wrap;strokeColor=none;fillColor=none;align=center;verticalAlign=middle;rounded=0;fontSize=23;fontStyle=1" value="." vertex="1">
          <mxGeometry height="30" width="60" x="-1030" y="467" as="geometry" />
        </mxCell>
        <mxCell id="cKu8MT6L8Fp_BZaxLZj7-21" parent="1" style="text;html=1;whiteSpace=wrap;strokeColor=none;fillColor=none;align=center;verticalAlign=middle;rounded=0;fontSize=23;fontStyle=1" value="." vertex="1">
          <mxGeometry height="30" width="60" x="-1030" y="483.25" as="geometry" />
        </mxCell>
        <mxCell id="cKu8MT6L8Fp_BZaxLZj7-24" edge="1" parent="1" source="cKu8MT6L8Fp_BZaxLZj7-23" style="edgeStyle=orthogonalEdgeStyle;rounded=0;orthogonalLoop=1;jettySize=auto;html=1;" target="QUzsFoNl6aFI_2ed8XXq-13">
          <mxGeometry relative="1" as="geometry">
            <Array as="points">
              <mxPoint x="120" y="220" />
              <mxPoint x="120" y="220" />
            </Array>
          </mxGeometry>
        </mxCell>
        <mxCell id="cKu8MT6L8Fp_BZaxLZj7-23" parent="1" style="ellipse;shape=doubleEllipse;whiteSpace=wrap;html=1;fillColor=#ffe6cc;strokeColor=#d79b00;" value="Demande JIRA 1&lt;div&gt;(recharge fichier)&lt;/div&gt;" vertex="1">
          <mxGeometry height="60" width="160" x="-850" y="190" as="geometry" />
        </mxCell>
        <mxCell id="cKu8MT6L8Fp_BZaxLZj7-25" edge="1" parent="1" source="cKu8MT6L8Fp_BZaxLZj7-11" style="edgeStyle=none;endArrow=none;exitX=0;exitY=0;dashed=1;html=1;rounded=0;exitDx=430;exitDy=45;exitPerimeter=0;" target="cKu8MT6L8Fp_BZaxLZj7-23" value="">
          <mxGeometry relative="1" x="1" as="geometry">
            <mxPoint x="-520" y="10" as="sourcePoint" />
            <mxPoint x="-490" y="150" as="targetPoint" />
          </mxGeometry>
        </mxCell>
        <mxCell id="cKu8MT6L8Fp_BZaxLZj7-26" edge="1" parent="1" source="cKu8MT6L8Fp_BZaxLZj7-11" style="edgeStyle=none;endArrow=none;exitX=0;exitY=0;dashed=1;html=1;rounded=0;exitDx=430;exitDy=45;exitPerimeter=0;entryX=0;entryY=0.5;entryDx=0;entryDy=0;" target="QUzsFoNl6aFI_2ed8XXq-34" value="">
          <mxGeometry relative="1" x="1" as="geometry">
            <mxPoint x="-900" y="200" as="sourcePoint" />
            <mxPoint x="-801" y="244" as="targetPoint" />
          </mxGeometry>
        </mxCell>
        <mxCell id="cKu8MT6L8Fp_BZaxLZj7-27" parent="1" style="text;html=1;whiteSpace=wrap;strokeColor=none;fillColor=none;align=center;verticalAlign=middle;rounded=0;fontSize=23;fontStyle=1" value="." vertex="1">
          <mxGeometry height="30" width="60" x="-800" y="313" as="geometry" />
        </mxCell>
        <mxCell id="cKu8MT6L8Fp_BZaxLZj7-28" parent="1" style="text;html=1;whiteSpace=wrap;strokeColor=none;fillColor=none;align=center;verticalAlign=middle;rounded=0;fontSize=23;fontStyle=1" value="." vertex="1">
          <mxGeometry height="30" width="60" x="-800" y="343" as="geometry" />
        </mxCell>
        <mxCell id="cKu8MT6L8Fp_BZaxLZj7-29" parent="1" style="text;html=1;whiteSpace=wrap;strokeColor=none;fillColor=none;align=center;verticalAlign=middle;rounded=0;fontSize=23;fontStyle=1" value="." vertex="1">
          <mxGeometry height="30" width="60" x="-800" y="326.5" as="geometry" />
        </mxCell>
        <mxCell id="cKu8MT6L8Fp_BZaxLZj7-31" parent="1" style="text;html=1;whiteSpace=wrap;strokeColor=none;fillColor=none;align=center;verticalAlign=middle;rounded=0;fontColor=#330000;" value="&lt;font style=&quot;&quot;&gt;Run Tag =&amp;nbsp;&lt;/font&gt;&lt;b style=&quot;text-align: left;&quot;&gt;x.x.x_bxxx-Rx-Jira-xxxx&lt;/b&gt;" vertex="1">
          <mxGeometry height="30" width="200" x="160" y="194" as="geometry" />
        </mxCell>
        <mxCell id="cKu8MT6L8Fp_BZaxLZj7-33" parent="1" style="text;html=1;whiteSpace=wrap;strokeColor=none;fillColor=none;align=center;verticalAlign=middle;rounded=0;fontColor=#330000;" value="&lt;font style=&quot;&quot;&gt;Run Tag =&amp;nbsp;&lt;b style=&quot;text-align: left;&quot;&gt;x.x.x_bxxx-Rx&lt;/b&gt;&lt;/font&gt;" vertex="1">
          <mxGeometry height="30" width="200" x="160" y="353.5" as="geometry" />
        </mxCell>
        <mxCell id="cKu8MT6L8Fp_BZaxLZj7-39" parent="1" style="text;html=1;whiteSpace=wrap;strokeColor=none;fillColor=none;align=center;verticalAlign=middle;rounded=0;" value="verifier/fermer/reopen" vertex="1">
          <mxGeometry height="30" width="60" x="1850" y="313.5" as="geometry" />
        </mxCell>
        <mxCell id="cKu8MT6L8Fp_BZaxLZj7-40" parent="1" style="text;html=1;whiteSpace=wrap;strokeColor=none;fillColor=none;align=center;verticalAlign=middle;rounded=0;" value="verifier/fermer/reopen" vertex="1">
          <mxGeometry height="30" width="60" x="1926" y="382.5" as="geometry" />
        </mxCell>
        <mxCell id="cKu8MT6L8Fp_BZaxLZj7-43" parent="1" style="text;html=1;whiteSpace=wrap;strokeColor=none;fillColor=none;align=center;verticalAlign=middle;rounded=0;fontColor=#FF3333;" value="est-ce qu&#39;on peut supprimer les donnees du meme run tag ? oui" vertex="1">
          <mxGeometry height="30" width="200" x="30" y="85" as="geometry" />
        </mxCell>
        <mxCell id="joy4J5Q9jbU-j6AZ98Qk-1" parent="1" style="text;html=1;whiteSpace=wrap;strokeColor=none;fillColor=none;align=center;verticalAlign=middle;rounded=0;" value="relance manuellement&lt;div&gt;avec JIRA number&lt;/div&gt;" vertex="1">
          <mxGeometry height="30" width="130" x="210" y="296.5" as="geometry" />
        </mxCell>
        <mxCell id="joy4J5Q9jbU-j6AZ98Qk-2" parent="1" style="text;html=1;whiteSpace=wrap;strokeColor=none;fillColor=none;align=center;verticalAlign=middle;rounded=0;" value="relance manuellement&lt;div&gt;avec JIRA number&lt;/div&gt;" vertex="1">
          <mxGeometry height="30" width="150" x="200" y="220" as="geometry" />
        </mxCell>
        <mxCell id="joy4J5Q9jbU-j6AZ98Qk-3" parent="1" style="text;html=1;whiteSpace=wrap;strokeColor=none;fillColor=none;align=center;verticalAlign=middle;rounded=0;" value="relance manuellement" vertex="1">
          <mxGeometry height="30" width="60" x="230" y="382" as="geometry" />
        </mxCell>
        <mxCell id="joy4J5Q9jbU-j6AZ98Qk-4" parent="1" style="text;html=1;whiteSpace=wrap;strokeColor=none;fillColor=none;align=center;verticalAlign=middle;rounded=0;" value="lance automatiqument" vertex="1">
          <mxGeometry height="30" width="60" x="230" y="152" as="geometry" />
        </mxCell>
+         <mxCell id="rzhG1iog7SnUviydnech-2" parent="1" style="swimlane;fontStyle=0;childLayout=stackLayout;horizontal=1;startSize=26;fillColor=none;horizontalStack=0;resizeParent=1;resizeParentMax=0;resizeLast=0;collapsible=1;marginBottom=0;html=1;" value="TB_NOT_PARAM_*" vertex="1">
+           <mxGeometry height="130" width="350" x="420" y="464" as="geometry" />
+         </mxCell>
+         <mxCell id="rzhG1iog7SnUviydnech-3" parent="rzhG1iog7SnUviydnech-2" style="text;strokeColor=none;fillColor=none;align=left;verticalAlign=top;spacingLeft=4;spacingRight=4;overflow=hidden;rotatable=0;points=[[0,0.5],[1,0.5]];portConstraint=eastwest;whiteSpace=wrap;html=1;" value="CD_PA" vertex="1">
+           <mxGeometry height="26" width="350" y="26" as="geometry" />
+         </mxCell>
+         <mxCell id="rzhG1iog7SnUviydnech-4" parent="rzhG1iog7SnUviydnech-2" style="text;strokeColor=none;fillColor=none;align=left;verticalAlign=top;spacingLeft=4;spacingRight=4;overflow=hidden;rotatable=0;points=[[0,0.5],[1,0.5]];portConstraint=eastwest;whiteSpace=wrap;html=1;" value="DTF_PER_TRT" vertex="1">
+           <mxGeometry height="26" width="350" y="52" as="geometry" />
+         </mxCell>
+         <mxCell id="rzhG1iog7SnUviydnech-5" parent="rzhG1iog7SnUviydnech-2" style="text;strokeColor=none;fillColor=none;align=left;verticalAlign=top;spacingLeft=4;spacingRight=4;overflow=hidden;rotatable=0;points=[[0,0.5],[1,0.5]];portConstraint=eastwest;whiteSpace=wrap;html=1;" value="DT_SYS_CRE" vertex="1">
+           <mxGeometry height="26" width="350" y="78" as="geometry" />
+         </mxCell>
+         <mxCell id="rzhG1iog7SnUviydnech-6" parent="rzhG1iog7SnUviydnech-2" style="text;strokeColor=none;fillColor=none;align=left;verticalAlign=top;spacingLeft=4;spacingRight=4;overflow=hidden;rotatable=0;points=[[0,0.5],[1,0.5]];portConstraint=eastwest;whiteSpace=wrap;html=1;" value="RUN_TAG: 0 (defaut automatique), 2503, 2503-1" vertex="1">
+           <mxGeometry height="26" width="350" y="104" as="geometry" />
+         </mxCell>
+         <mxCell id="rzhG1iog7SnUviydnech-9" parent="1" style="swimlane;fontStyle=0;childLayout=stackLayout;horizontal=1;startSize=26;fillColor=none;horizontalStack=0;resizeParent=1;resizeParentMax=0;resizeLast=0;collapsible=1;marginBottom=0;html=1;" value="TB_refined_*" vertex="1">
+           <mxGeometry height="130" width="350" x="820" y="464" as="geometry" />
+         </mxCell>
+         <mxCell id="rzhG1iog7SnUviydnech-10" parent="rzhG1iog7SnUviydnech-9" style="text;strokeColor=none;fillColor=none;align=left;verticalAlign=top;spacingLeft=4;spacingRight=4;overflow=hidden;rotatable=0;points=[[0,0.5],[1,0.5]];portConstraint=eastwest;whiteSpace=wrap;html=1;" value="CD_PA" vertex="1">
+           <mxGeometry height="26" width="350" y="26" as="geometry" />
+         </mxCell>
+         <mxCell id="rzhG1iog7SnUviydnech-11" parent="rzhG1iog7SnUviydnech-9" style="text;strokeColor=none;fillColor=none;align=left;verticalAlign=top;spacingLeft=4;spacingRight=4;overflow=hidden;rotatable=0;points=[[0,0.5],[1,0.5]];portConstraint=eastwest;whiteSpace=wrap;html=1;" value="DTF_PER_TRT" vertex="1">
+           <mxGeometry height="26" width="350" y="52" as="geometry" />
+         </mxCell>
+         <mxCell id="rzhG1iog7SnUviydnech-12" parent="rzhG1iog7SnUviydnech-9" style="text;strokeColor=none;fillColor=none;align=left;verticalAlign=top;spacingLeft=4;spacingRight=4;overflow=hidden;rotatable=0;points=[[0,0.5],[1,0.5]];portConstraint=eastwest;whiteSpace=wrap;html=1;" value="DT_SYS_CRE" vertex="1">
+           <mxGeometry height="26" width="350" y="78" as="geometry" />
+         </mxCell>
+         <mxCell id="rzhG1iog7SnUviydnech-13" parent="rzhG1iog7SnUviydnech-9" style="text;strokeColor=none;fillColor=none;align=left;verticalAlign=top;spacingLeft=4;spacingRight=4;overflow=hidden;rotatable=0;points=[[0,0.5],[1,0.5]];portConstraint=eastwest;whiteSpace=wrap;html=1;" value="RUN_TAG: 2503, 2503-1" vertex="1">
+           <mxGeometry height="26" width="350" y="104" as="geometry" />
+         </mxCell>
+         <mxCell id="rzhG1iog7SnUviydnech-14" parent="1" style="text;html=1;whiteSpace=wrap;strokeColor=none;fillColor=none;align=center;verticalAlign=middle;rounded=0;" value="2503 :&amp;nbsp;&lt;div&gt;recharger le fichier&lt;/div&gt;&lt;div&gt;modif param&lt;/div&gt;" vertex="1">
+           <mxGeometry height="30" width="140" x="200" y="560" as="geometry" />
+         </mxCell>
      </root>
    </mxGraphModel>
  </diagram>
</mxfile>
